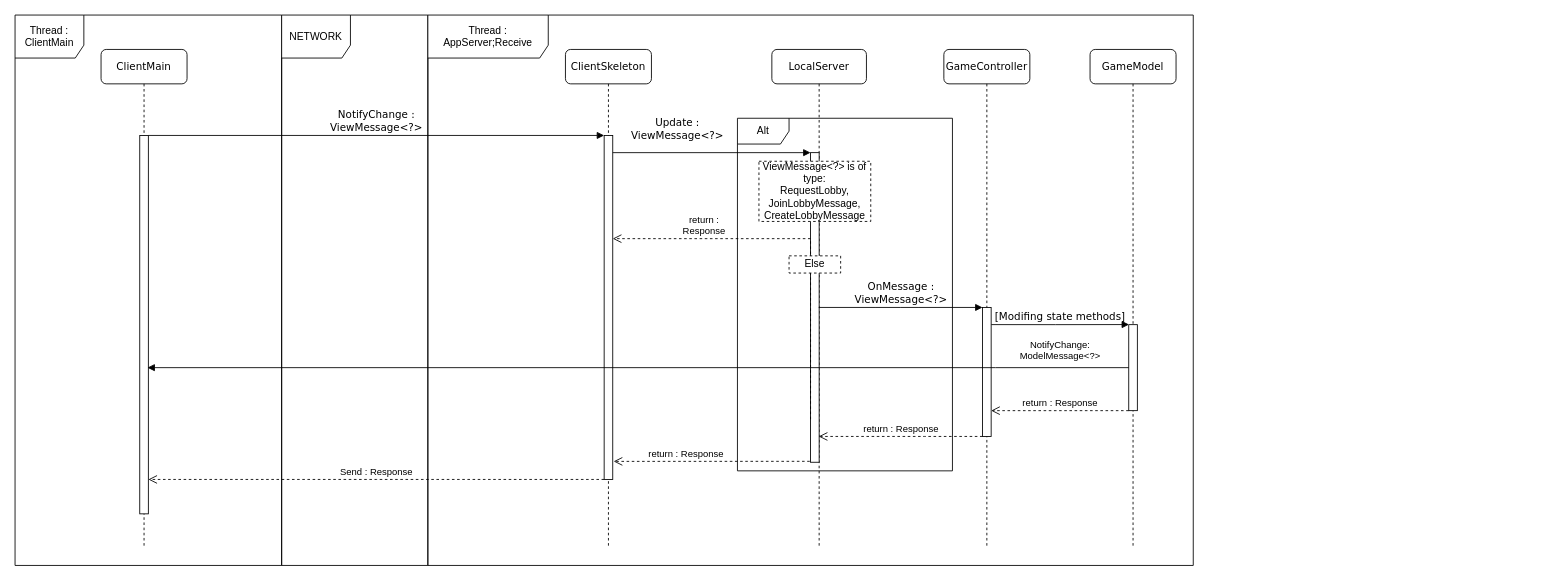
This is page "ClientAgnosticTCPSequenceDiagram" (1 of 2) of deliveries/archive/second_peer_review/CommunicationDiagram.drawio from dede1751/ing-sw-2023-sgobbi-scardia-sciaky-simei, a draw.io file, before an edit. Source tidied: cells renumbered, new cells numbered last; positions are measured from the earlier drawing's top-left corner, leaving out a move shared by most shapes. Both pictures are drawn from the tidied source at 86%, with x=0, y=0 at pixel (15, 15).
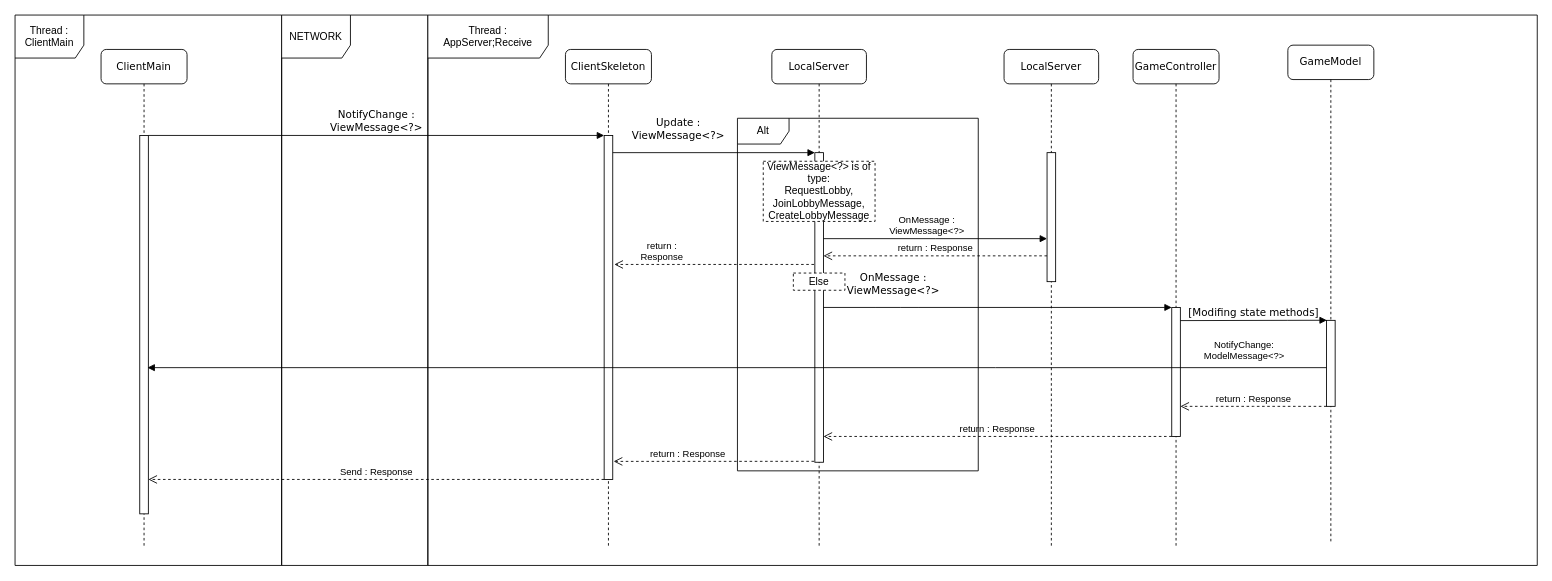
The same page after the edit.

The change refers to these unchanged cells:
```xml
<mxCell id="3" style="html=1;points=[];perimeter=orthogonalPerimeter;rounded=0;shadow=0;comic=0;labelBackgroundColor=none;strokeWidth=1;fontFamily=Verdana;fontSize=12;align=center;" parent="2" vertex="1">
  <mxGeometry x="45" y="100" width="10" height="400" as="geometry" />
</mxCell>
<mxCell id="5" value="LocalServer" style="shape=umlLifeline;perimeter=lifelinePerimeter;whiteSpace=wrap;html=1;outlineConnect=0;rounded=1;shadow=0;comic=0;labelBackgroundColor=none;strokeWidth=1;fontFamily=Verdana;fontSize=12;align=center;" parent="1" vertex="1">
  <mxGeometry x="880" y="40" width="110" height="580" as="geometry" />
</mxCell>
<mxCell id="13" style="html=1;points=[];perimeter=orthogonalPerimeter;rounded=0;shadow=0;comic=0;labelBackgroundColor=none;strokeWidth=1;fontFamily=Verdana;fontSize=12;align=center;" parent="12" vertex="1">
  <mxGeometry x="45" y="300" width="10" height="150" as="geometry" />
</mxCell>
<mxCell id="19" style="html=1;points=[];perimeter=orthogonalPerimeter;rounded=0;shadow=0;comic=0;labelBackgroundColor=none;strokeWidth=1;fontFamily=Verdana;fontSize=12;align=center;" parent="18" vertex="1">
  <mxGeometry x="45" y="320" width="10" height="100" as="geometry" />
</mxCell>
```

Change to the diagram source:
```diff
@@
     <mxCell id="6" style="html=1;points=[];perimeter=orthogonalPerimeter;rounded=0;shadow=0;comic=0;labelBackgroundColor=none;strokeWidth=1;fontFamily=Verdana;fontSize=12;align=center;" parent="5" vertex="1">
-      <mxGeometry x="45" y="120" width="10" height="360" as="geometry" />
+      <mxGeometry x="50" y="120" width="10" height="360" as="geometry" />
     </mxCell>
     <mxCell id="7" value="ViewMessage&amp;lt;?&amp;gt; is of type:&lt;br&gt;RequestLobby,&lt;br&gt;JoinLobbyMessage,&lt;br&gt;CreateLobbyMessage&lt;br&gt;" style="html=1;whiteSpace=wrap;dashed=1;" parent="5" vertex="1">
-      <mxGeometry x="-15" y="130" width="130" height="70" as="geometry" />
+      <mxGeometry x="-10" y="130" width="130" height="70" as="geometry" />
     </mxCell>
@@
     <mxCell id="12" value="GameController" style="shape=umlLifeline;perimeter=lifelinePerimeter;whiteSpace=wrap;html=1;rounded=1;shadow=0;comic=0;labelBackgroundColor=none;strokeWidth=1;fontFamily=Verdana;fontSize=12;align=center;" parent="1" vertex="1">
-      <mxGeometry x="1080" y="40" width="100" height="580" as="geometry" />
+      <mxGeometry x="1300" y="40" width="100" height="580" as="geometry" />
     </mxCell>
@@
-    <mxCell id="14" value="return : Response" style="html=1;verticalAlign=bottom;endArrow=open;dashed=1;endSize=8;edgeStyle=elbowEdgeStyle;elbow=vertical;curved=0;rounded=0;" parent="12" edge="1" target="5">
+    <mxCell id="14" value="return : Response" style="html=1;verticalAlign=bottom;endArrow=open;dashed=1;endSize=8;edgeStyle=elbowEdgeStyle;elbow=vertical;curved=0;rounded=0;" parent="12" edge="1">
       <mxGeometry relative="1" as="geometry">
         <mxPoint x="45" y="450" as="sourcePoint" />
+        <mxPoint x="-360" y="450" as="targetPoint" />
       </mxGeometry>
     </mxCell>
-    <mxCell id="15" value="OnMessage :&lt;br&gt;ViewMessage&amp;lt;?&amp;gt;" style="html=1;verticalAlign=bottom;endArrow=block;labelBackgroundColor=none;fontFamily=Verdana;fontSize=12;elbow=vertical;rounded=0;" parent="1" edge="1" source="5" target="13">
-      <mxGeometry relative="1" as="geometry">
+    <mxCell id="15" value="OnMessage :&lt;br&gt;ViewMessage&amp;lt;?&amp;gt;" style="html=1;verticalAlign=bottom;endArrow=block;labelBackgroundColor=none;fontFamily=Verdana;fontSize=12;elbow=vertical;rounded=0;" parent="1" edge="1" target="13">
+      <mxGeometry x="-0.6" y="10" relative="1" as="geometry">
+        <mxPoint x="940" y="340" as="sourcePoint" />
         <Array as="points">
           <mxPoint x="1000" y="340" />
           <mxPoint x="1030" y="340" />
           <mxPoint x="1050" y="340" />
         </Array>
       </mxGeometry>
     </mxCell>
     <mxCell id="16" value="Alt" style="shape=umlFrame;whiteSpace=wrap;html=1;" parent="1" vertex="1">
-      <mxGeometry x="840" y="120" width="250" height="410" as="geometry" />
+      <mxGeometry x="840" y="120" width="280" height="410" as="geometry" />
     </mxCell>
-    <mxCell id="17" value="return :&lt;br&gt;Response" style="html=1;verticalAlign=bottom;endArrow=open;dashed=1;endSize=8;edgeStyle=elbowEdgeStyle;elbow=vertical;curved=0;rounded=0;" parent="1" edge="1">
+    <mxCell id="17" value="return :&lt;br&gt;Response" style="html=1;verticalAlign=bottom;endArrow=open;dashed=1;endSize=8;edgeStyle=elbowEdgeStyle;elbow=vertical;curved=0;rounded=0;entryX=1.183;entryY=0.376;entryDx=0;entryDy=0;entryPerimeter=0;" parent="1" edge="1" target="3">
       <mxGeometry x="0.52" relative="1" as="geometry">
-        <mxPoint x="925" y="470" as="sourcePoint" />
-        <mxPoint x="695" y="260" as="targetPoint" />
+        <mxPoint x="929" y="290" as="sourcePoint" />
         <Array as="points">
+          <mxPoint x="790" y="290" />
           <mxPoint x="870" y="260" />
         </Array>
       </mxGeometry>
     </mxCell>
-    <mxCell id="18" value="GameModel" style="shape=umlLifeline;perimeter=lifelinePerimeter;whiteSpace=wrap;html=1;rounded=1;shadow=0;comic=0;labelBackgroundColor=none;strokeWidth=1;fontFamily=Verdana;fontSize=12;align=center;" parent="1" vertex="1">
-      <mxGeometry x="1250" y="40" width="100" height="580" as="geometry" />
+    <mxCell id="18" value="GameModel" style="shape=umlLifeline;perimeter=lifelinePerimeter;whiteSpace=wrap;html=1;rounded=1;shadow=0;comic=0;labelBackgroundColor=none;strokeWidth=1;fontFamily=Verdana;fontSize=12;align=center;size=40;" parent="1" vertex="1">
+      <mxGeometry x="1480" y="35" width="100" height="580" as="geometry" />
     </mxCell>
@@
     <mxCell id="22" value="Else&lt;br&gt;" style="html=1;whiteSpace=wrap;dashed=1;" parent="1" vertex="1">
-      <mxGeometry x="900" y="280" width="60" height="20" as="geometry" />
+      <mxGeometry x="905" y="300" width="60" height="20" as="geometry" />
     </mxCell>
-    <mxCell id="23" value="[Modifing state methods]" style="html=1;verticalAlign=bottom;endArrow=block;labelBackgroundColor=none;fontFamily=Verdana;fontSize=12;elbow=vertical;rounded=0;entryX=0.033;entryY=-0.001;entryDx=0;entryDy=0;entryPerimeter=0;exitX=1.02;exitY=0.133;exitDx=0;exitDy=0;exitPerimeter=0;" parent="1" edge="1" source="13" target="19">
+    <mxCell id="23" value="[Modifing state methods]" style="html=1;verticalAlign=bottom;endArrow=block;labelBackgroundColor=none;fontFamily=Verdana;fontSize=12;elbow=vertical;rounded=0;entryX=0.033;entryY=-0.001;entryDx=0;entryDy=0;entryPerimeter=0;exitX=1;exitY=0.102;exitDx=0;exitDy=0;exitPerimeter=0;" parent="1" edge="1" source="13" target="19">
       <mxGeometry relative="1" as="geometry">
         <Array as="points">
-          <mxPoint x="1210" y="360" />
+          <mxPoint x="1480" y="355" />
         </Array>
       </mxGeometry>
     </mxCell>
@@
     <mxCell id="27" value="Thread :&lt;br&gt;AppServer;Receive" style="shape=umlFrame;whiteSpace=wrap;html=1;width=140;height=50;" parent="1" vertex="1">
-      <mxGeometry x="480" width="890" height="640" as="geometry" />
+      <mxGeometry x="480" width="1290" height="640" as="geometry" />
     </mxCell>
+    <mxCell id="28" value="LocalServer" style="shape=umlLifeline;perimeter=lifelinePerimeter;whiteSpace=wrap;html=1;rounded=1;shadow=0;comic=0;labelBackgroundColor=none;strokeWidth=1;fontFamily=Verdana;fontSize=12;align=center;" parent="1" vertex="1">
+      <mxGeometry x="1150" y="40" width="110" height="580" as="geometry" />
+    </mxCell>
+    <mxCell id="29" style="html=1;perimeter=orthogonalPerimeter;rounded=0;shadow=0;comic=0;labelBackgroundColor=none;strokeWidth=1;fontFamily=Verdana;fontSize=12;align=center;" parent="28" vertex="1">
+      <mxGeometry x="50" y="120" width="10" height="150" as="geometry" />
+    </mxCell>
+    <mxCell id="30" value="OnMessage :&lt;br&gt;ViewMessage&amp;lt;?&amp;gt;" style="html=1;verticalAlign=bottom;endArrow=block;edgeStyle=elbowEdgeStyle;elbow=vertical;curved=0;rounded=0;" parent="1" edge="1">
+      <mxGeometry x="-0.08" relative="1" as="geometry">
+        <mxPoint x="940" y="260" as="sourcePoint" />
+        <mxPoint x="1200" y="260" as="targetPoint" />
+      </mxGeometry>
+    </mxCell>
+    <mxCell id="31" value="return : Response" style="html=1;verticalAlign=bottom;endArrow=open;dashed=1;endSize=8;edgeStyle=elbowEdgeStyle;elbow=vertical;curved=0;rounded=0;" parent="1" edge="1">
+      <mxGeometry relative="1" as="geometry">
+        <mxPoint x="1200" y="280" as="sourcePoint" />
+        <mxPoint x="940" y="280.1" as="targetPoint" />
+      </mxGeometry>
+    </mxCell>
```
